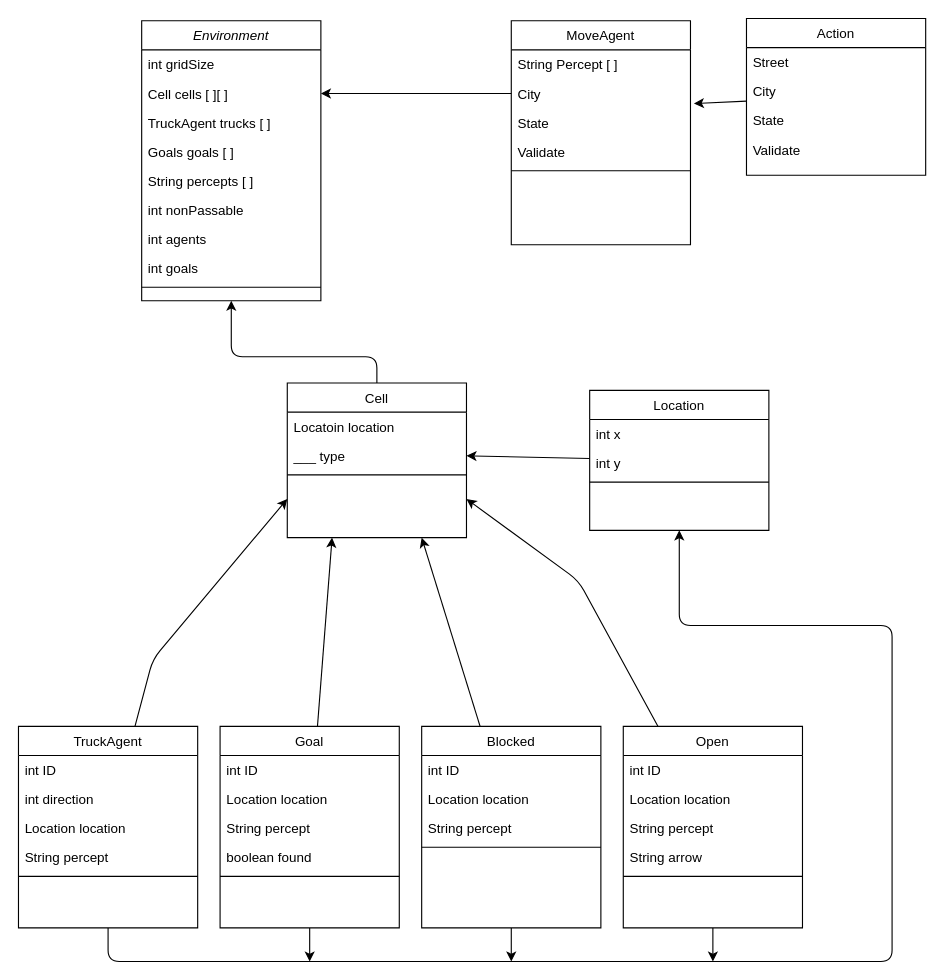
The draw.io diagram Architecture.drawio in shelleyyyyy/AIProjectGameEngine, before the edit. Source tidied: cells renumbered, new cells numbered last; positions are measured from the earlier drawing's top-left corner, leaving out a move shared by most shapes. Both pictures are drawn from the tidied source at 112%, with x=0, y=0 at pixel (18, 18).
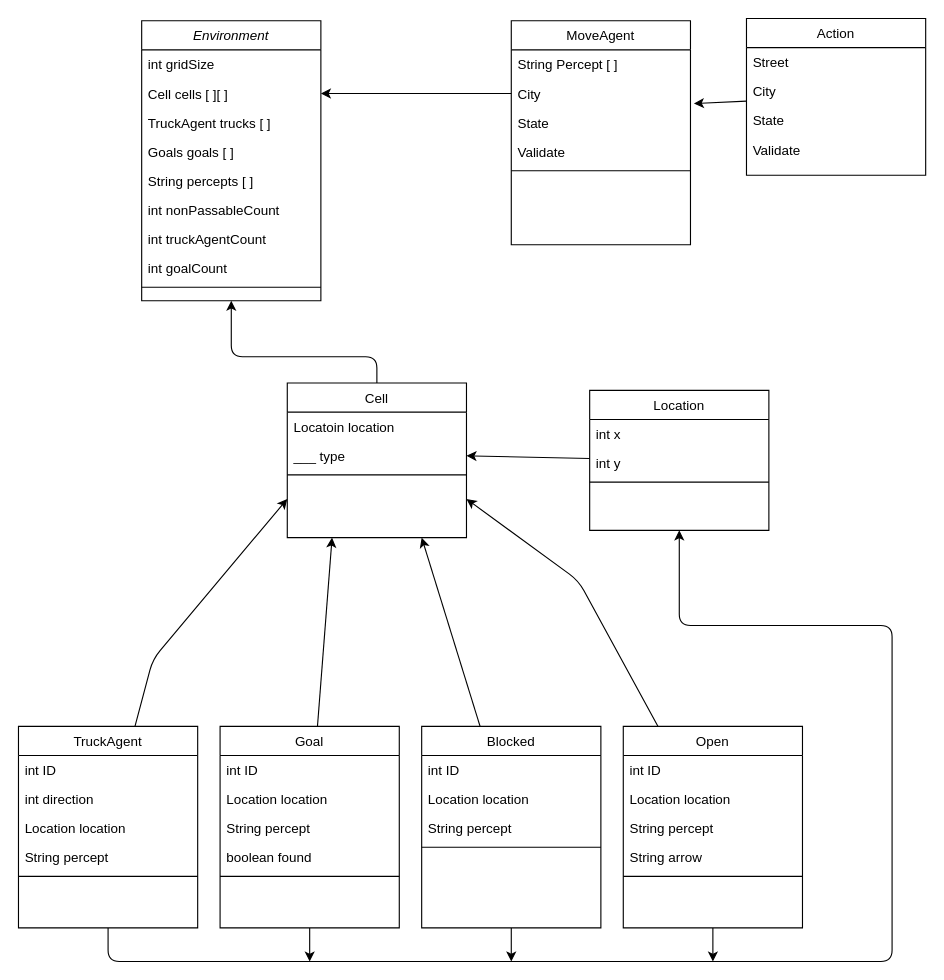
Above is the later version.

The change refers to these unchanged cells:
```xml
<mxCell id="2" value="Environment" style="swimlane;fontStyle=2;align=center;verticalAlign=top;horizontal=1;startSize=26;rounded=0;shadow=0;strokeWidth=1;" parent="1" vertex="1">
  <mxGeometry x="110" y="2" width="160" height="250" as="geometry" />
</mxCell>
```

The edit, as a diff of the source:
```diff
@@
-    <mxCell id="8" value="int nonPassable" style="text;align=left;verticalAlign=top;spacingLeft=4;spacingRight=4;overflow=hidden;rounded=0;shadow=0;html=0;" parent="2" vertex="1">
+    <mxCell id="8" value="int nonPassableCount" style="text;align=left;verticalAlign=top;spacingLeft=4;spacingRight=4;overflow=hidden;rounded=0;shadow=0;html=0;" parent="2" vertex="1">
       <mxGeometry y="156" width="160" height="26" as="geometry" />
     </mxCell>
-    <mxCell id="9" value="int agents" style="text;align=left;verticalAlign=top;spacingLeft=4;spacingRight=4;overflow=hidden;rounded=0;shadow=0;html=0;" parent="2" vertex="1">
+    <mxCell id="9" value="int truckAgentCount" style="text;align=left;verticalAlign=top;spacingLeft=4;spacingRight=4;overflow=hidden;rounded=0;shadow=0;html=0;" parent="2" vertex="1">
       <mxGeometry y="182" width="160" height="26" as="geometry" />
     </mxCell>
-    <mxCell id="10" value="int goals" style="text;align=left;verticalAlign=top;spacingLeft=4;spacingRight=4;overflow=hidden;rounded=0;shadow=0;html=0;" parent="2" vertex="1">
+    <mxCell id="10" value="int goalCount" style="text;align=left;verticalAlign=top;spacingLeft=4;spacingRight=4;overflow=hidden;rounded=0;shadow=0;html=0;" parent="2" vertex="1">
       <mxGeometry y="208" width="160" height="26" as="geometry" />
     </mxCell>
```
